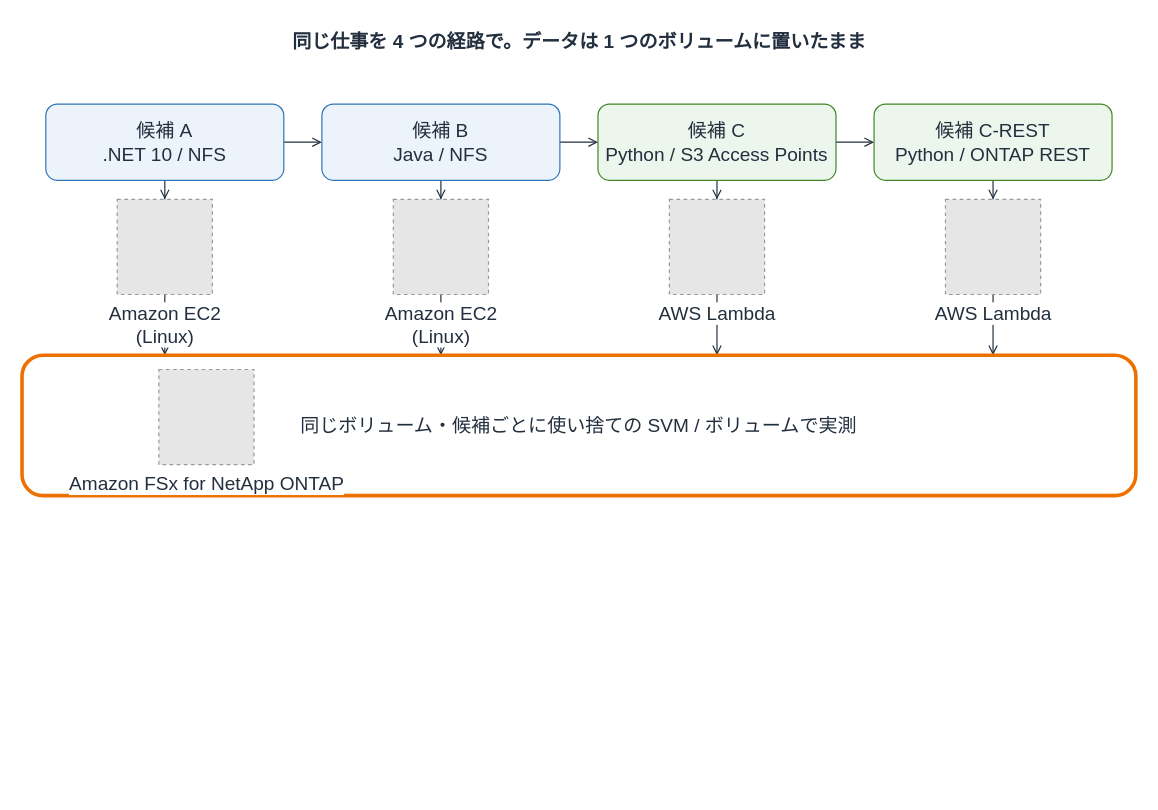
Earlier version of the draw.io diagram docs/_assets/diagrams/cover-appmod-runtime.drawio (Yoshiki0705/FSx-for-ONTAP-App-Modernization-Patterns). Source tidied: cells renumbered, new cells numbered last; positions are measured from the earlier drawing's top-left corner, leaving out a move shared by most shapes. Both pictures are drawn from the tidied source at 119%, with x=0, y=0 at pixel (21, 20). Pictures stored in the file or linked from it are replaced by grey dashed boxes.
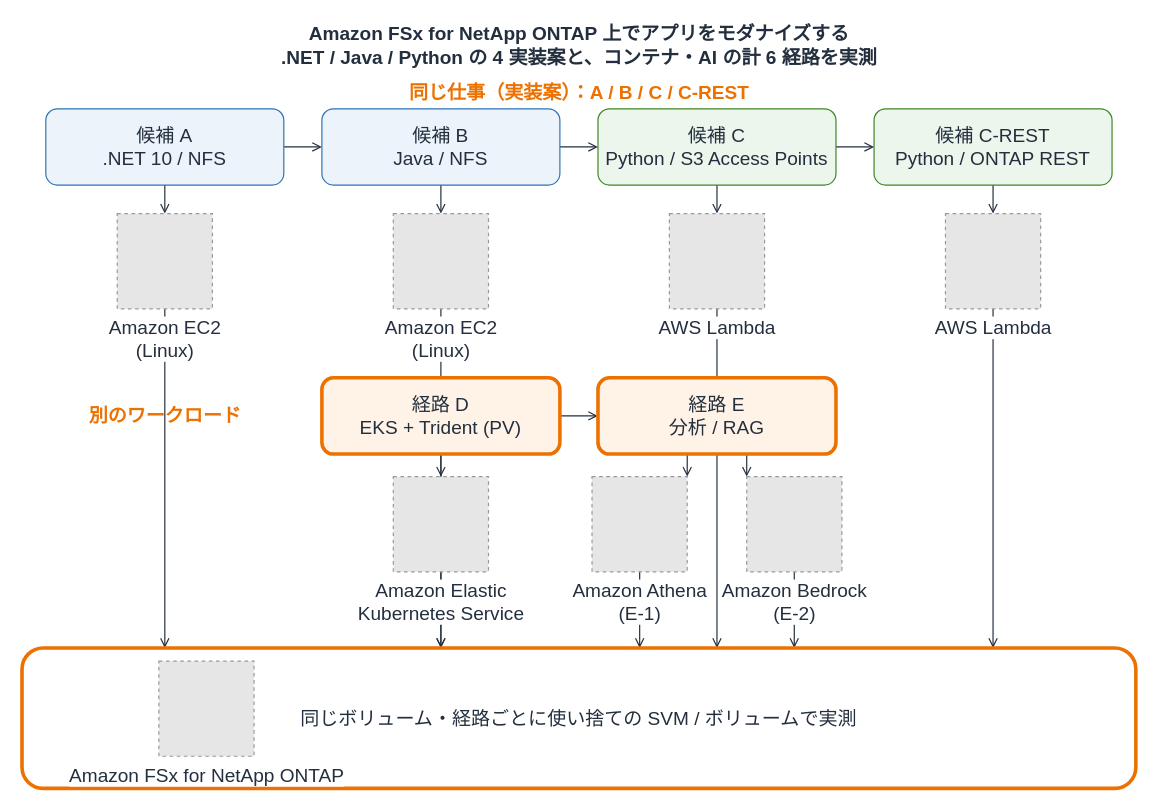
After the change.

Diff of the diagram source:
```diff
@@
-    <mxCell id="2" value="同じ仕事を 4 つの経路で。データは 1 つのボリュームに置いたまま" style="text;html=1;align=center;verticalAlign=middle;fontSize=16;fontStyle=1;fontColor=#232F3E;" parent="1" vertex="1">
-      <mxGeometry width="936" height="34" as="geometry" />
+    <mxCell id="2" value="Amazon FSx for NetApp ONTAP 上でアプリをモダナイズする&lt;br&gt;.NET / Java / Python の 4 実装案と、コンテナ・AI の計 6 経路を実測" style="text;html=1;align=center;verticalAlign=middle;fontSize=16;fontStyle=1;fontColor=#232F3E;" parent="1" vertex="1">
+      <mxGeometry y="4" width="936" height="34" as="geometry" />
     </mxCell>
@@
-    <mxCell id="10" style="edgeStyle=orthogonalEdgeStyle;rounded=0;jettySize=auto;html=1;endArrow=open;endFill=0;strokeColor=#232F3E;strokeWidth=1;fontSize=16;fontColor=#232F3E;labelBackgroundColor=#ffffff;entryX=0.1282051282051282;entryY=0.0;entryDx=0;entryDy=0;" parent="1" edge="1" source="18" target="22">
+    <mxCell id="10" style="edgeStyle=orthogonalEdgeStyle;rounded=0;jettySize=auto;html=1;endArrow=open;endFill=0;strokeColor=#232F3E;strokeWidth=1;fontSize=16;fontColor=#232F3E;labelBackgroundColor=#ffffff;" parent="1" edge="1" source="33" target="34">
       <mxGeometry relative="1" as="geometry" />
     </mxCell>
-    <mxCell id="11" style="edgeStyle=orthogonalEdgeStyle;rounded=0;jettySize=auto;html=1;endArrow=open;endFill=0;strokeColor=#232F3E;strokeWidth=1;fontSize=16;fontColor=#232F3E;labelBackgroundColor=#ffffff;entryX=0.37606837606837606;entryY=0.0;entryDx=0;entryDy=0;" parent="1" edge="1" source="19" target="22">
+    <mxCell id="11" style="edgeStyle=orthogonalEdgeStyle;rounded=0;jettySize=auto;html=1;endArrow=open;endFill=0;strokeColor=#232F3E;strokeWidth=1;fontSize=16;fontColor=#232F3E;labelBackgroundColor=#ffffff;" parent="1" edge="1" source="33" target="35">
       <mxGeometry relative="1" as="geometry" />
     </mxCell>
-    <mxCell id="12" style="edgeStyle=orthogonalEdgeStyle;rounded=0;jettySize=auto;html=1;endArrow=open;endFill=0;strokeColor=#232F3E;strokeWidth=1;fontSize=16;fontColor=#232F3E;labelBackgroundColor=#ffffff;entryX=0.6239316239316239;entryY=0.0;entryDx=0;entryDy=0;" parent="1" edge="1" source="20" target="22">
+    <mxCell id="12" style="edgeStyle=orthogonalEdgeStyle;rounded=0;jettySize=auto;html=1;endArrow=open;endFill=0;strokeColor=#232F3E;strokeWidth=1;fontSize=16;fontColor=#232F3E;labelBackgroundColor=#ffffff;exitX=0.4;exitY=1.0;exitDx=0;exitDy=0;entryX=1.0;entryY=0.0;entryDx=0;entryDy=0;" parent="1" edge="1" source="34" target="36">
       <mxGeometry relative="1" as="geometry" />
     </mxCell>
-    <mxCell id="13" style="edgeStyle=orthogonalEdgeStyle;rounded=0;jettySize=auto;html=1;endArrow=open;endFill=0;strokeColor=#232F3E;strokeWidth=1;fontSize=16;fontColor=#232F3E;labelBackgroundColor=#ffffff;entryX=0.8717948717948718;entryY=0.0;entryDx=0;entryDy=0;" parent="1" edge="1" source="21" target="22">
+    <mxCell id="13" style="edgeStyle=orthogonalEdgeStyle;rounded=0;jettySize=auto;html=1;endArrow=open;endFill=0;strokeColor=#232F3E;strokeWidth=1;fontSize=16;fontColor=#232F3E;labelBackgroundColor=#ffffff;exitX=0.6;exitY=1.0;exitDx=0;exitDy=0;entryX=0.0;entryY=0.0;entryDx=0;entryDy=0;" parent="1" edge="1" source="34" target="37">
       <mxGeometry relative="1" as="geometry" />
     </mxCell>
+    <mxCell id="24" style="edgeStyle=orthogonalEdgeStyle;rounded=0;jettySize=auto;html=1;endArrow=open;endFill=0;strokeColor=#232F3E;strokeWidth=1;fontSize=16;fontColor=#232F3E;labelBackgroundColor=#ffffff;entryX=0.1282051282051282;entryY=0.0;entryDx=0;entryDy=0;" parent="1" edge="1" source="18" target="22">
+      <mxGeometry relative="1" as="geometry" />
+    </mxCell>
+    <mxCell id="25" style="edgeStyle=orthogonalEdgeStyle;rounded=0;jettySize=auto;html=1;endArrow=open;endFill=0;strokeColor=#232F3E;strokeWidth=1;fontSize=16;fontColor=#232F3E;labelBackgroundColor=#ffffff;entryX=0.37606837606837606;entryY=0.0;entryDx=0;entryDy=0;" parent="1" edge="1" source="19" target="22">
+      <mxGeometry relative="1" as="geometry" />
+    </mxCell>
+    <mxCell id="26" style="edgeStyle=orthogonalEdgeStyle;rounded=0;jettySize=auto;html=1;endArrow=open;endFill=0;strokeColor=#232F3E;strokeWidth=1;fontSize=16;fontColor=#232F3E;labelBackgroundColor=#ffffff;entryX=0.6239316239316239;entryY=0.0;entryDx=0;entryDy=0;" parent="1" edge="1" source="20" target="22">
+      <mxGeometry relative="1" as="geometry" />
+    </mxCell>
+    <mxCell id="27" style="edgeStyle=orthogonalEdgeStyle;rounded=0;jettySize=auto;html=1;endArrow=open;endFill=0;strokeColor=#232F3E;strokeWidth=1;fontSize=16;fontColor=#232F3E;labelBackgroundColor=#ffffff;entryX=0.8717948717948718;entryY=0.0;entryDx=0;entryDy=0;" parent="1" edge="1" source="21" target="22">
+      <mxGeometry relative="1" as="geometry" />
+    </mxCell>
+    <mxCell id="28" style="edgeStyle=orthogonalEdgeStyle;rounded=0;jettySize=auto;html=1;endArrow=open;endFill=0;strokeColor=#232F3E;strokeWidth=1;fontSize=16;fontColor=#232F3E;labelBackgroundColor=#ffffff;entryX=0.37606837606837606;entryY=0.0;entryDx=0;entryDy=0;" parent="1" edge="1" source="35" target="22">
+      <mxGeometry relative="1" as="geometry" />
+    </mxCell>
+    <mxCell id="29" style="edgeStyle=orthogonalEdgeStyle;rounded=0;jettySize=auto;html=1;endArrow=open;endFill=0;strokeColor=#232F3E;strokeWidth=1;fontSize=16;fontColor=#232F3E;labelBackgroundColor=#ffffff;entryX=0.5545299145299145;entryY=0.0;entryDx=0;entryDy=0;" parent="1" edge="1" source="36" target="22">
+      <mxGeometry relative="1" as="geometry" />
+    </mxCell>
+    <mxCell id="30" style="edgeStyle=orthogonalEdgeStyle;rounded=0;jettySize=auto;html=1;endArrow=open;endFill=0;strokeColor=#232F3E;strokeWidth=1;fontSize=16;fontColor=#232F3E;labelBackgroundColor=#ffffff;entryX=0.6933333333333332;entryY=0.0;entryDx=0;entryDy=0;" parent="1" edge="1" source="37" target="22">
+      <mxGeometry relative="1" as="geometry" />
+    </mxCell>
+    <mxCell id="31" value="同じ仕事（実装案）：A / B / C / C-REST" style="text;html=1;align=center;verticalAlign=middle;fontSize=16;fontStyle=1;fontColor=#ED7100;" parent="1" vertex="1">
+      <mxGeometry x="236" y="48" width="464" height="24" as="geometry" />
+    </mxCell>
+    <mxCell id="32" value="別のワークロード" style="text;html=1;align=center;verticalAlign=middle;fontSize=16;fontStyle=1;fontColor=#ED7100;" parent="1" vertex="1">
+      <mxGeometry x="4" y="320" width="232" height="24" as="geometry" />
+    </mxCell>
     <mxCell id="14" value="候補 A&lt;br&gt;.NET 10 / NFS" style="rounded=1;whiteSpace=wrap;html=1;dashed=0;strokeColor=#2E73B8;fillColor=#EDF3FB;align=center;verticalAlign=middle;fontSize=16;fontColor=#232F3E;" parent="1" vertex="1">
-      <mxGeometry x="20" y="70" width="200" height="64" as="geometry" />
+      <mxGeometry x="20" y="74" width="200" height="64" as="geometry" />
     </mxCell>
     <mxCell id="15" value="候補 B&lt;br&gt;Java / NFS" style="rounded=1;whiteSpace=wrap;html=1;dashed=0;strokeColor=#2E73B8;fillColor=#EDF3FB;align=center;verticalAlign=middle;fontSize=16;fontColor=#232F3E;" parent="1" vertex="1">
-      <mxGeometry x="252" y="70" width="200" height="64" as="geometry" />
+      <mxGeometry x="252" y="74" width="200" height="64" as="geometry" />
     </mxCell>
     <mxCell id="16" value="候補 C&lt;br&gt;Python / S3 Access Points" style="rounded=1;whiteSpace=wrap;html=1;dashed=0;strokeColor=#3F8624;fillColor=#EDF6EC;align=center;verticalAlign=middle;fontSize=16;fontColor=#232F3E;" parent="1" vertex="1">
-      <mxGeometry x="484" y="70" width="200" height="64" as="geometry" />
+      <mxGeometry x="484" y="74" width="200" height="64" as="geometry" />
     </mxCell>
     <mxCell id="17" value="候補 C-REST&lt;br&gt;Python / ONTAP REST" style="rounded=1;whiteSpace=wrap;html=1;dashed=0;strokeColor=#3F8624;fillColor=#EDF6EC;align=center;verticalAlign=middle;fontSize=16;fontColor=#232F3E;" parent="1" vertex="1">
-      <mxGeometry x="716" y="70" width="200" height="64" as="geometry" />
+      <mxGeometry x="716" y="74" width="200" height="64" as="geometry" />
     </mxCell>
     <mxCell id="18" value="Amazon EC2&lt;br&gt;(Linux)" style="fillColor=#E6E6E6;strokeColor=#999999;dashed=1;html=1;verticalLabelPosition=bottom;verticalAlign=top;labelPosition=center;align=center;fontSize=16;fontColor=#232F3E;labelBackgroundColor=#FFFFFF;" parent="1" vertex="1">
-      <mxGeometry x="80" y="150" width="80" height="80" as="geometry" />
+      <mxGeometry x="80" y="162" width="80" height="80" as="geometry" />
     </mxCell>
     <mxCell id="19" value="Amazon EC2&lt;br&gt;(Linux)" style="fillColor=#E6E6E6;strokeColor=#999999;dashed=1;html=1;verticalLabelPosition=bottom;verticalAlign=top;labelPosition=center;align=center;fontSize=16;fontColor=#232F3E;labelBackgroundColor=#FFFFFF;" parent="1" vertex="1">
-      <mxGeometry x="312" y="150" width="80" height="80" as="geometry" />
+      <mxGeometry x="312" y="162" width="80" height="80" as="geometry" />
     </mxCell>
     <mxCell id="20" value="AWS Lambda" style="fillColor=#E6E6E6;strokeColor=#999999;dashed=1;html=1;verticalLabelPosition=bottom;verticalAlign=top;labelPosition=center;align=center;fontSize=16;fontColor=#232F3E;labelBackgroundColor=#FFFFFF;" parent="1" vertex="1">
-      <mxGeometry x="544" y="150" width="80" height="80" as="geometry" />
+      <mxGeometry x="544" y="162" width="80" height="80" as="geometry" />
     </mxCell>
     <mxCell id="21" value="AWS Lambda" style="fillColor=#E6E6E6;strokeColor=#999999;dashed=1;html=1;verticalLabelPosition=bottom;verticalAlign=top;labelPosition=center;align=center;fontSize=16;fontColor=#232F3E;labelBackgroundColor=#FFFFFF;" parent="1" vertex="1">
-      <mxGeometry x="776" y="150" width="80" height="80" as="geometry" />
+      <mxGeometry x="776" y="162" width="80" height="80" as="geometry" />
     </mxCell>
+    <mxCell id="33" value="経路 D&lt;br&gt;EKS + Trident (PV)" style="rounded=1;whiteSpace=wrap;html=1;dashed=0;strokeColor=#ED7100;fillColor=#FEF3E6;align=center;verticalAlign=middle;fontSize=16;fontColor=#232F3E;strokeWidth=3;" parent="1" vertex="1">
+      <mxGeometry x="252" y="300" width="200" height="64" as="geometry" />
+    </mxCell>
+    <mxCell id="34" value="経路 E&lt;br&gt;分析 / RAG" style="rounded=1;whiteSpace=wrap;html=1;dashed=0;strokeColor=#ED7100;fillColor=#FEF3E6;align=center;verticalAlign=middle;fontSize=16;fontColor=#232F3E;strokeWidth=3;" parent="1" vertex="1">
+      <mxGeometry x="484" y="300" width="200" height="64" as="geometry" />
+    </mxCell>
+    <mxCell id="35" value="Amazon Elastic&lt;br&gt;Kubernetes Service" style="fillColor=#E6E6E6;strokeColor=#999999;dashed=1;html=1;verticalLabelPosition=bottom;verticalAlign=top;labelPosition=center;align=center;fontSize=16;fontColor=#232F3E;labelBackgroundColor=#FFFFFF;" parent="1" vertex="1">
+      <mxGeometry x="312" y="383" width="80" height="80" as="geometry" />
+    </mxCell>
+    <mxCell id="36" value="Amazon Athena&lt;br&gt;(E-1)" style="fillColor=#E6E6E6;strokeColor=#999999;dashed=1;html=1;verticalLabelPosition=bottom;verticalAlign=top;labelPosition=center;align=center;fontSize=16;fontColor=#232F3E;labelBackgroundColor=#FFFFFF;" parent="1" vertex="1">
+      <mxGeometry x="479" y="383" width="80" height="80" as="geometry" />
+    </mxCell>
+    <mxCell id="37" value="Amazon Bedrock&lt;br&gt;(E-2)" style="fillColor=#E6E6E6;strokeColor=#999999;dashed=1;html=1;verticalLabelPosition=bottom;verticalAlign=top;labelPosition=center;align=center;fontSize=16;fontColor=#232F3E;labelBackgroundColor=#FFFFFF;" parent="1" vertex="1">
+      <mxGeometry x="609" y="383" width="80" height="80" as="geometry" />
+    </mxCell>
-    <mxCell id="22" value="同じボリューム・候補ごとに使い捨ての SVM / ボリュームで実測" style="rounded=1;whiteSpace=wrap;html=1;dashed=0;strokeColor=#ED7100;fillColor=#FFFFFF;align=center;verticalAlign=middle;fontSize=16;fontColor=#232F3E;strokeWidth=3;" parent="1" vertex="1">
-      <mxGeometry y="281" width="936" height="118" as="geometry" />
+    <mxCell id="22" value="同じボリューム・経路ごとに使い捨ての SVM / ボリュームで実測" style="rounded=1;whiteSpace=wrap;html=1;dashed=0;strokeColor=#ED7100;fillColor=#FFFFFF;align=center;verticalAlign=middle;fontSize=16;fontColor=#232F3E;strokeWidth=3;" parent="1" vertex="1">
+      <mxGeometry y="527" width="936" height="118" as="geometry" />
     </mxCell>
     <mxCell id="23" value="Amazon FSx for NetApp ONTAP" style="fillColor=#E6E6E6;strokeColor=#999999;dashed=1;html=1;verticalLabelPosition=bottom;verticalAlign=top;labelPosition=center;align=center;fontSize=16;fontColor=#232F3E;labelBackgroundColor=#FFFFFF;" parent="1" vertex="1">
-      <mxGeometry x="115" y="293" width="80" height="80" as="geometry" />
+      <mxGeometry x="115" y="538" width="80" height="80" as="geometry" />
     </mxCell>
```
